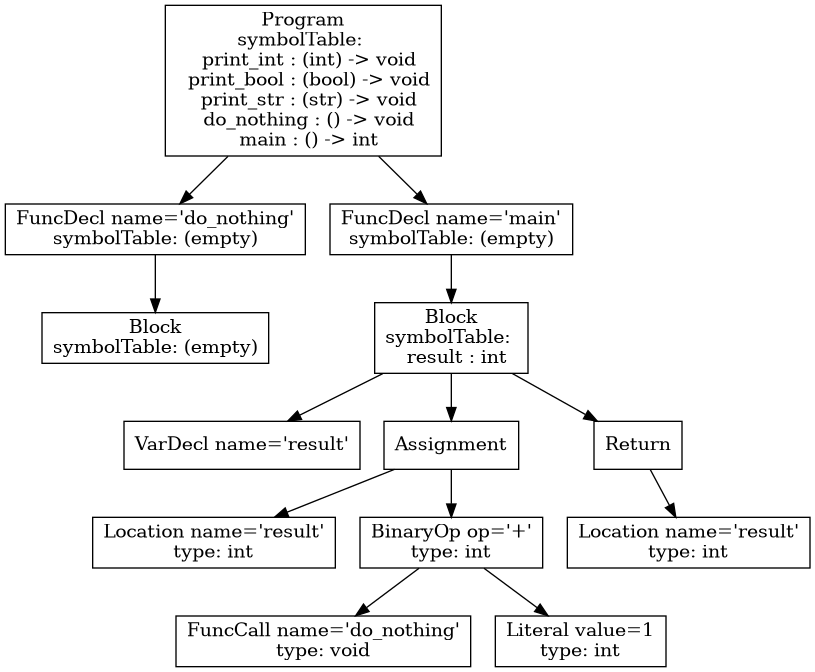
Above: p3-analysis/tree.png in atrim11/CS432 (Graphviz), before the change. Its source is kept beside it as p3-analysis/tree.dot.
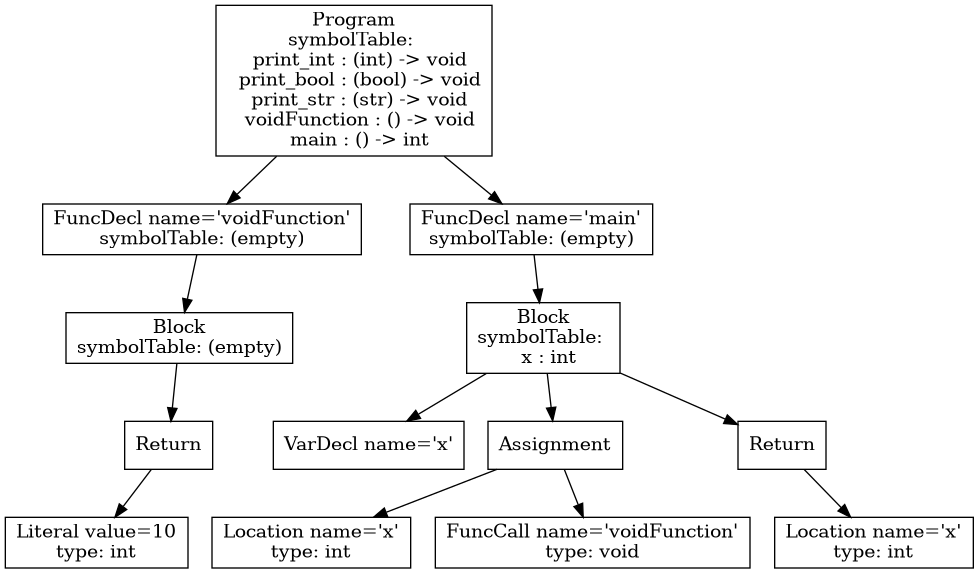
The same diagram one commit later.

Change to the diagram source:
```diff
@@ -1,27 +1,27 @@
 digraph AST {
+4 [shape=box, label="Literal value=10\ntype: int"];
+3 [shape=box, label="Return"];
+3 -> 4;
 2 [shape=box, label="Block\nsymbolTable: (empty)"];
-1 [shape=box, label="FuncDecl name='do_nothing'\nsymbolTable: (empty)"];
+2 -> 3;
+1 [shape=box, label="FuncDecl name='voidFunction'\nsymbolTable: (empty)"];
 1 -> 2;
-5 [shape=box, label="VarDecl name='result'"];
-7 [shape=box, label="Location name='result'\ntype: int"];
-9 [shape=box, label="FuncCall name='do_nothing'\ntype: void"];
-10 [shape=box, label="Literal value=1\ntype: int"];
-8 [shape=box, label="BinaryOp op='+'\ntype: int"];
+7 [shape=box, label="VarDecl name='x'"];
+9 [shape=box, label="Location name='x'\ntype: int"];
+10 [shape=box, label="FuncCall name='voidFunction'\ntype: void"];
+8 [shape=box, label="Assignment"];
 8 -> 9;
 8 -> 10;
-6 [shape=box, label="Assignment"];
+12 [shape=box, label="Location name='x'\ntype: int"];
+11 [shape=box, label="Return"];
+11 -> 12;
+6 [shape=box, label="Block\nsymbolTable: \n  x : int"];
 6 -> 7;
 6 -> 8;
-12 [shape=box, label="Location name='result'\ntype: int"];
-11 [shape=box, label="Return"];
-11 -> 12;
-4 [shape=box, label="Block\nsymbolTable: \n  result : int"];
-4 -> 5;
-4 -> 6;
-4 -> 11;
-3 [shape=box, label="FuncDecl name='main'\nsymbolTable: (empty)"];
-3 -> 4;
-0 [shape=box, label="Program\nsymbolTable: \n  print_int : (int) -> void\n  print_bool : (bool) -> void\n  print_str : (str) -> void\n  do_nothing : () -> void\n  main : () -> int"];
+6 -> 11;
+5 [shape=box, label="FuncDecl name='main'\nsymbolTable: (empty)"];
+5 -> 6;
+0 [shape=box, label="Program\nsymbolTable: \n  print_int : (int) -> void\n  print_bool : (bool) -> void\n  print_str : (str) -> void\n  voidFunction : () -> void\n  main : () -> int"];
 0 -> 1;
-0 -> 3;
+0 -> 5;
 }
```
